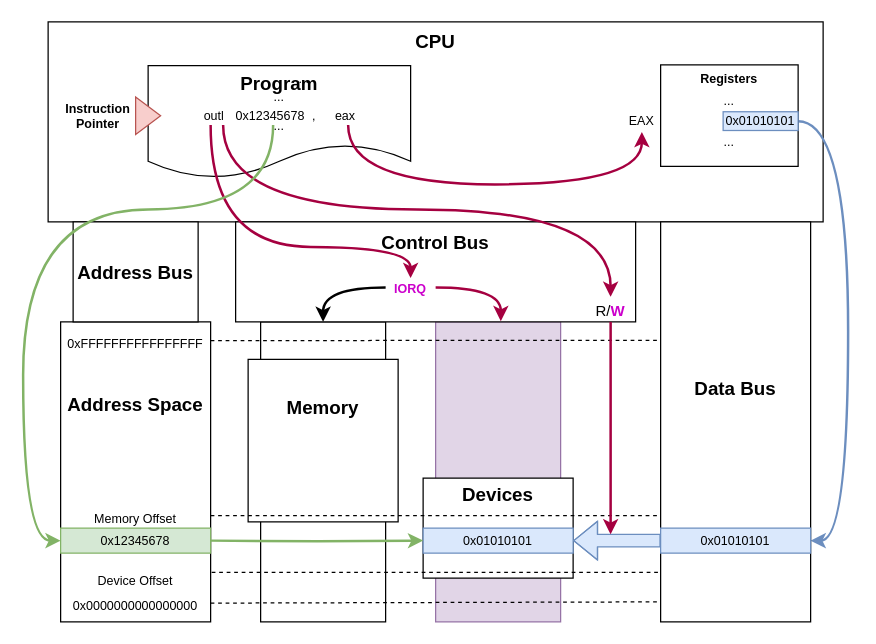
vmuxIO/diagrams keeps this draw.io diagram as page "PMIO" (2 of 2) of mmio_and_pmio.drawio. Above is the earlier version. Source tidied: cells renumbered, new cells numbered last; positions are measured from the earlier drawing's top-left corner, leaving out a move shared by most shapes. Both pictures are drawn from the tidied source at 125%, with x=0, y=0 at pixel (22, 21).
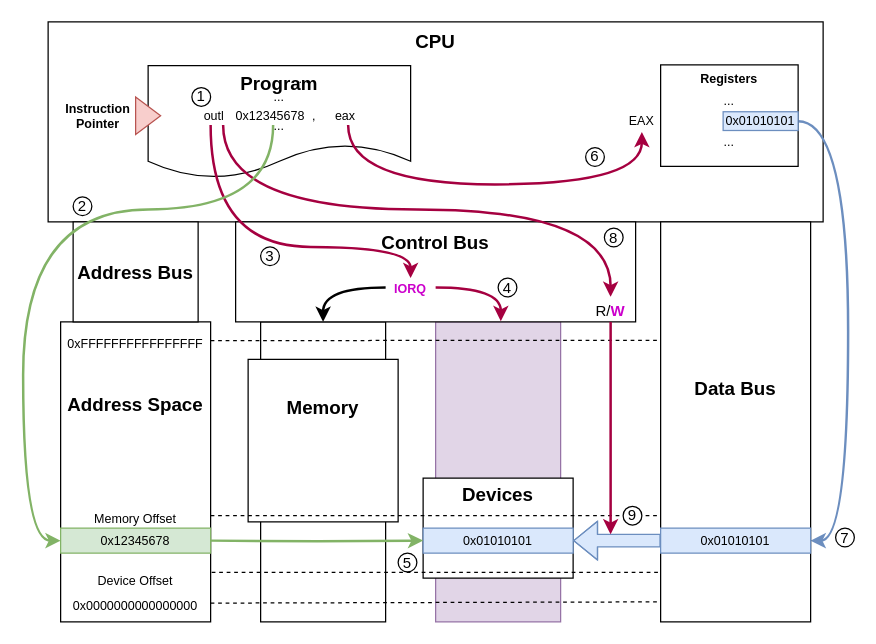
After the change.

What changed in the source:
```diff
@@
+    <mxCell id="50" value="1" style="ellipse;whiteSpace=wrap;html=1;" parent="1" vertex="1">
+      <mxGeometry x="135" y="52.5" width="15" height="15" as="geometry" />
+    </mxCell>
+    <mxCell id="51" value="2" style="ellipse;whiteSpace=wrap;html=1;" parent="1" vertex="1">
+      <mxGeometry x="40" y="140" width="15" height="15" as="geometry" />
+    </mxCell>
+    <mxCell id="52" value="3" style="ellipse;whiteSpace=wrap;html=1;" parent="1" vertex="1">
+      <mxGeometry x="190" y="180" width="15" height="15" as="geometry" />
+    </mxCell>
+    <mxCell id="53" value="4" style="ellipse;whiteSpace=wrap;html=1;" parent="1" vertex="1">
+      <mxGeometry x="380" y="205" width="15" height="15" as="geometry" />
+    </mxCell>
+    <mxCell id="54" value="5" style="ellipse;whiteSpace=wrap;html=1;" parent="1" vertex="1">
+      <mxGeometry x="300" y="425" width="15" height="15" as="geometry" />
+    </mxCell>
+    <mxCell id="55" value="7" style="ellipse;whiteSpace=wrap;html=1;" parent="1" vertex="1">
+      <mxGeometry x="650" y="405" width="15" height="15" as="geometry" />
+    </mxCell>
+    <mxCell id="56" value="6" style="ellipse;whiteSpace=wrap;html=1;" parent="1" vertex="1">
+      <mxGeometry x="450" y="100.6" width="15" height="15" as="geometry" />
+    </mxCell>
+    <mxCell id="57" value="8" style="ellipse;whiteSpace=wrap;html=1;" parent="1" vertex="1">
+      <mxGeometry x="465" y="165" width="15" height="15" as="geometry" />
+    </mxCell>
+    <mxCell id="58" value="9" style="ellipse;whiteSpace=wrap;html=1;" parent="1" vertex="1">
+      <mxGeometry x="480" y="387.5" width="15" height="15" as="geometry" />
+    </mxCell>
```
